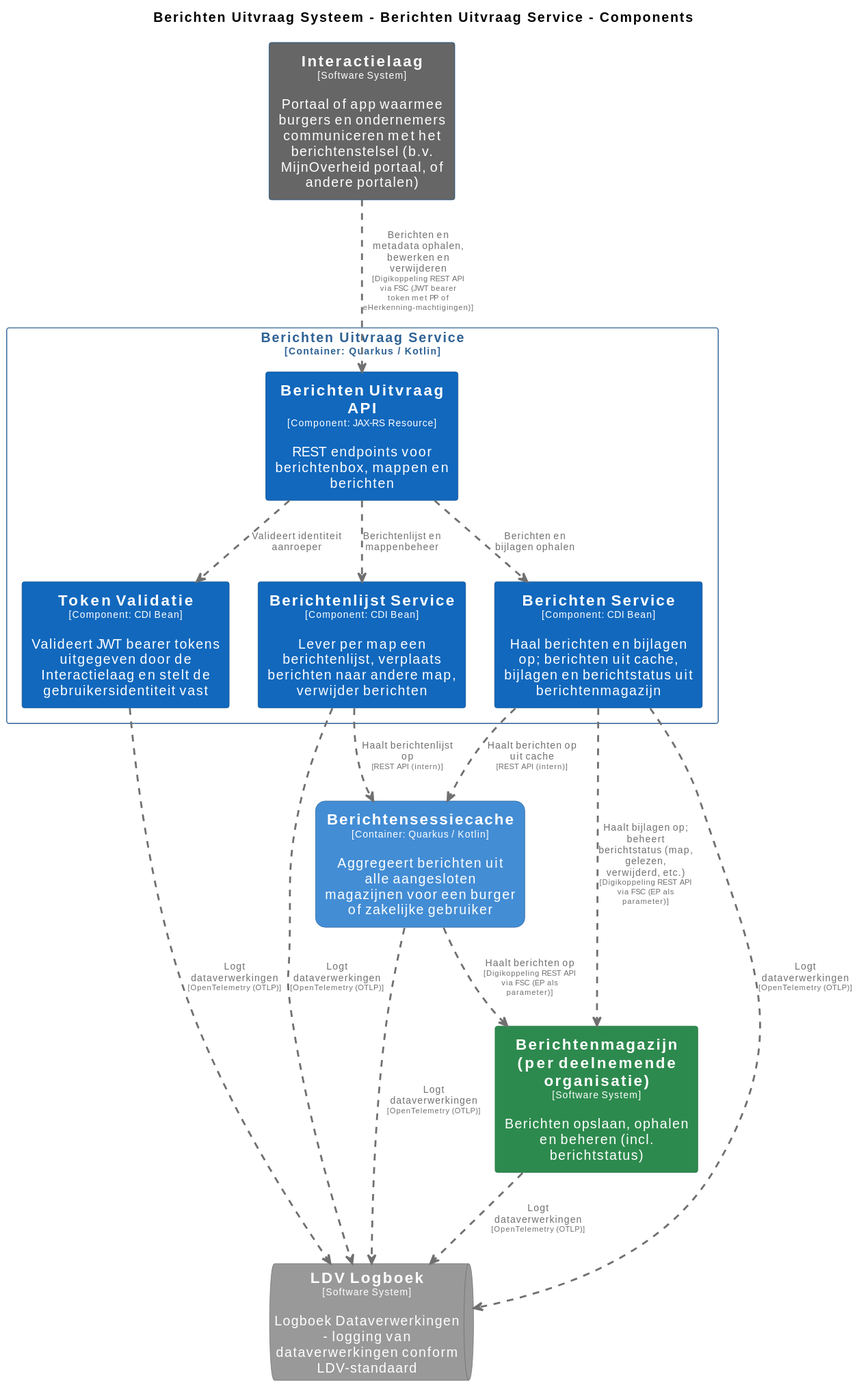
MinBZK/moza-poc-fbs-berichtenbox keeps this PlantUML diagram as pr-preview/pr-22/master/svg/BerichtenUitvraagServiceComponenten.svg. Above is the earlier version. Its source is kept beside it as pr-preview/pr-22/master/puml/BerichtenUitvraagServiceComponenten.puml.
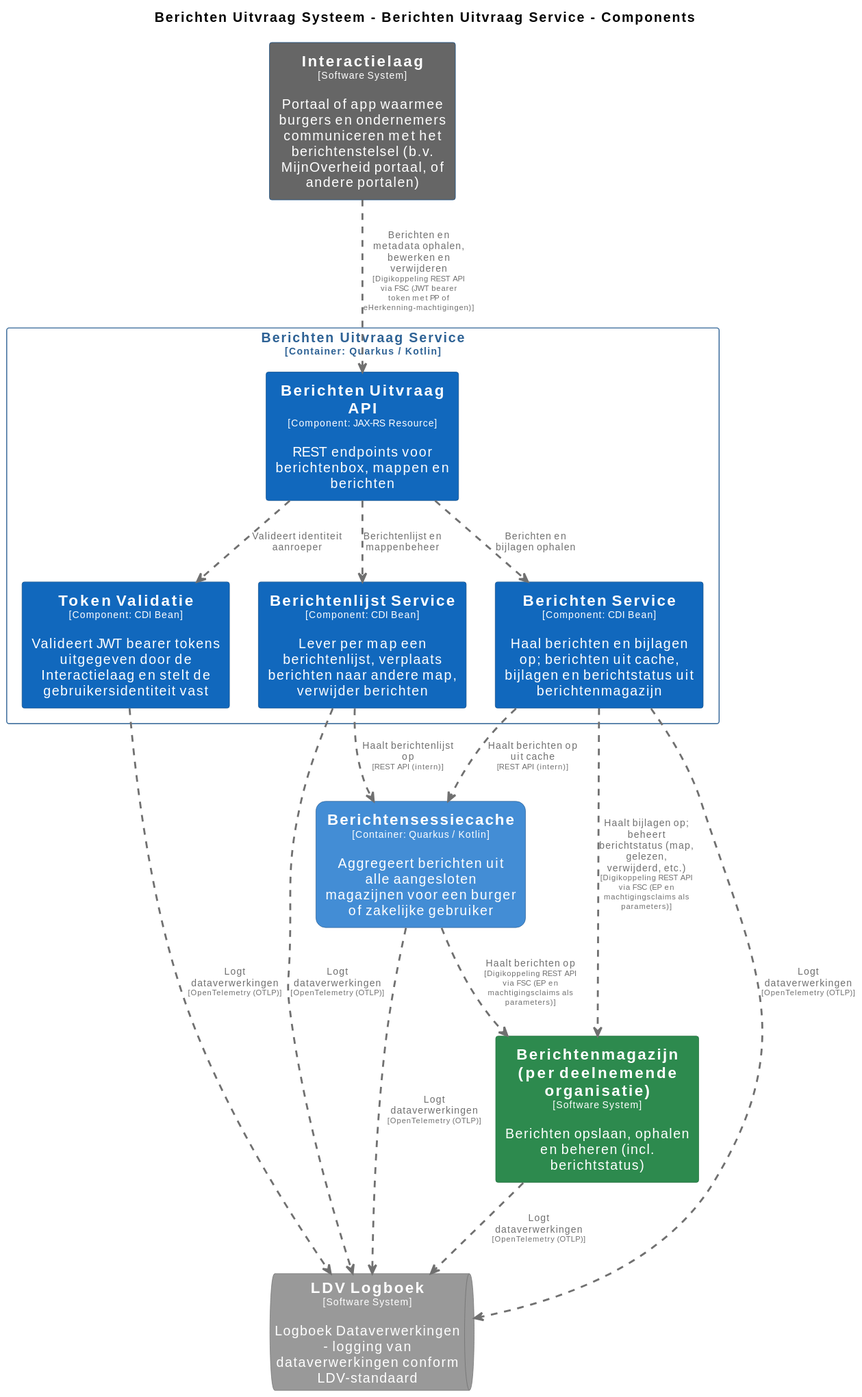
Later version of the same file.

Change to the diagram source:
```diff
@@ -82,7 +82,7 @@
   rectangle "==Berichten Service\n<size:10>[Component: CDI Bean]</size>\n\nHaal berichten en bijlagen op; berichten uit cache, bijlagen en berichtstatus uit berichtenmagazijn" <<BerichtenUitvraagSysteem.BerichtenUitvraagService.BerichtenService>> as BerichtenUitvraagSysteem.BerichtenUitvraagService.BerichtenService
 }
 
-BerichtenUitvraagSysteem.Berichtensessiecache .[#707070,thickness=2].> Berichtenmagazijnperdeelnemendeorganisatie : "<color:#707070>Haalt berichten op\n<color:#707070><size:8>[Digikoppeling REST API via FSC (EP als parameter)]</size>"
+BerichtenUitvraagSysteem.Berichtensessiecache .[#707070,thickness=2].> Berichtenmagazijnperdeelnemendeorganisatie : "<color:#707070>Haalt berichten op\n<color:#707070><size:8>[Digikoppeling REST API via FSC (EP en machtigingsclaims als parameters)]</size>"
 Berichtenmagazijnperdeelnemendeorganisatie .[#707070,thickness=2].> LDVLogboek : "<color:#707070>Logt dataverwerkingen\n<color:#707070><size:8>[OpenTelemetry (OTLP)]</size>"
 BerichtenUitvraagSysteem.Berichtensessiecache .[#707070,thickness=2].> LDVLogboek : "<color:#707070>Logt dataverwerkingen\n<color:#707070><size:8>[OpenTelemetry (OTLP)]</size>"
 BerichtenUitvraagSysteem.BerichtenUitvraagService.TokenValidatie .[#707070,thickness=2].> LDVLogboek : "<color:#707070>Logt dataverwerkingen\n<color:#707070><size:8>[OpenTelemetry (OTLP)]</size>"
@@ -94,5 +94,5 @@
 BerichtenUitvraagSysteem.BerichtenUitvraagService.BerichtenService .[#707070,thickness=2].> BerichtenUitvraagSysteem.Berichtensessiecache : "<color:#707070>Haalt berichten op uit cache\n<color:#707070><size:8>[REST API (intern)]</size>"
 BerichtenUitvraagSysteem.BerichtenUitvraagService.BerichtenlijstService .[#707070,thickness=2].> BerichtenUitvraagSysteem.Berichtensessiecache : "<color:#707070>Haalt berichtenlijst op\n<color:#707070><size:8>[REST API (intern)]</size>"
 Interactielaag .[#707070,thickness=2].> BerichtenUitvraagSysteem.BerichtenUitvraagService.BerichtenUitvraagAPI : "<color:#707070>Berichten en metadata ophalen, bewerken en verwijderen\n<color:#707070><size:8>[Digikoppeling REST API via FSC (JWT bearer token met PP of eHerkenning-machtigingen)]</size>"
-BerichtenUitvraagSysteem.BerichtenUitvraagService.BerichtenService .[#707070,thickness=2].> Berichtenmagazijnperdeelnemendeorganisatie : "<color:#707070>Haalt bijlagen op; beheert berichtstatus (map, gelezen, verwijderd, etc.)\n<color:#707070><size:8>[Digikoppeling REST API via FSC (EP als parameter)]</size>"
+BerichtenUitvraagSysteem.BerichtenUitvraagService.BerichtenService .[#707070,thickness=2].> Berichtenmagazijnperdeelnemendeorganisatie : "<color:#707070>Haalt bijlagen op; beheert berichtstatus (map, gelezen, verwijderd, etc.)\n<color:#707070><size:8>[Digikoppeling REST API via FSC (EP en machtigingsclaims als parameters)]</size>"
 @enduml
```
